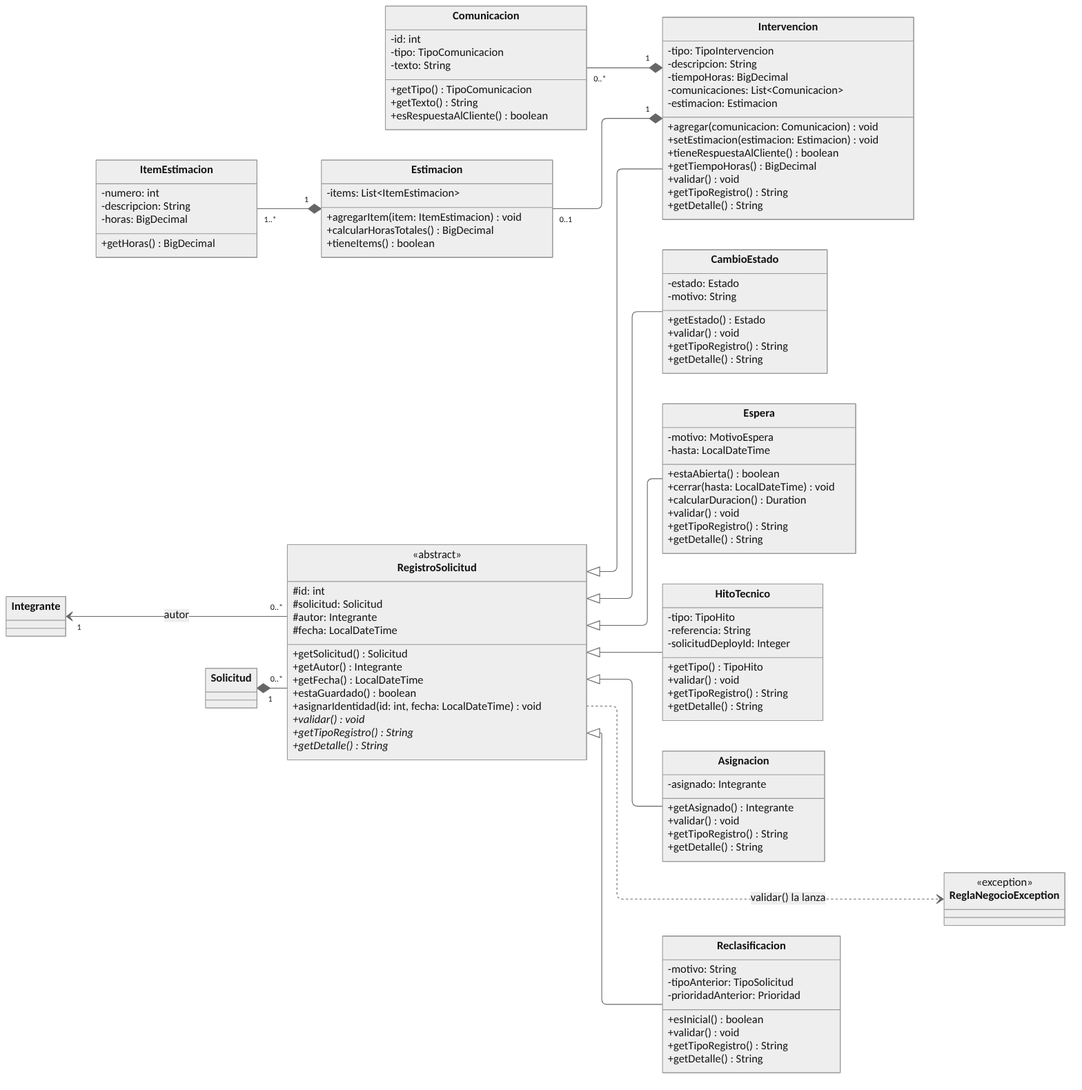
The Mermaid diagram diagramas/10-clases-diseno-2.png in jvillegas88/sistema-gestion-soporte, before a commit. Its source is kept beside it as diagramas/10-clases-diseno-2.mmd.
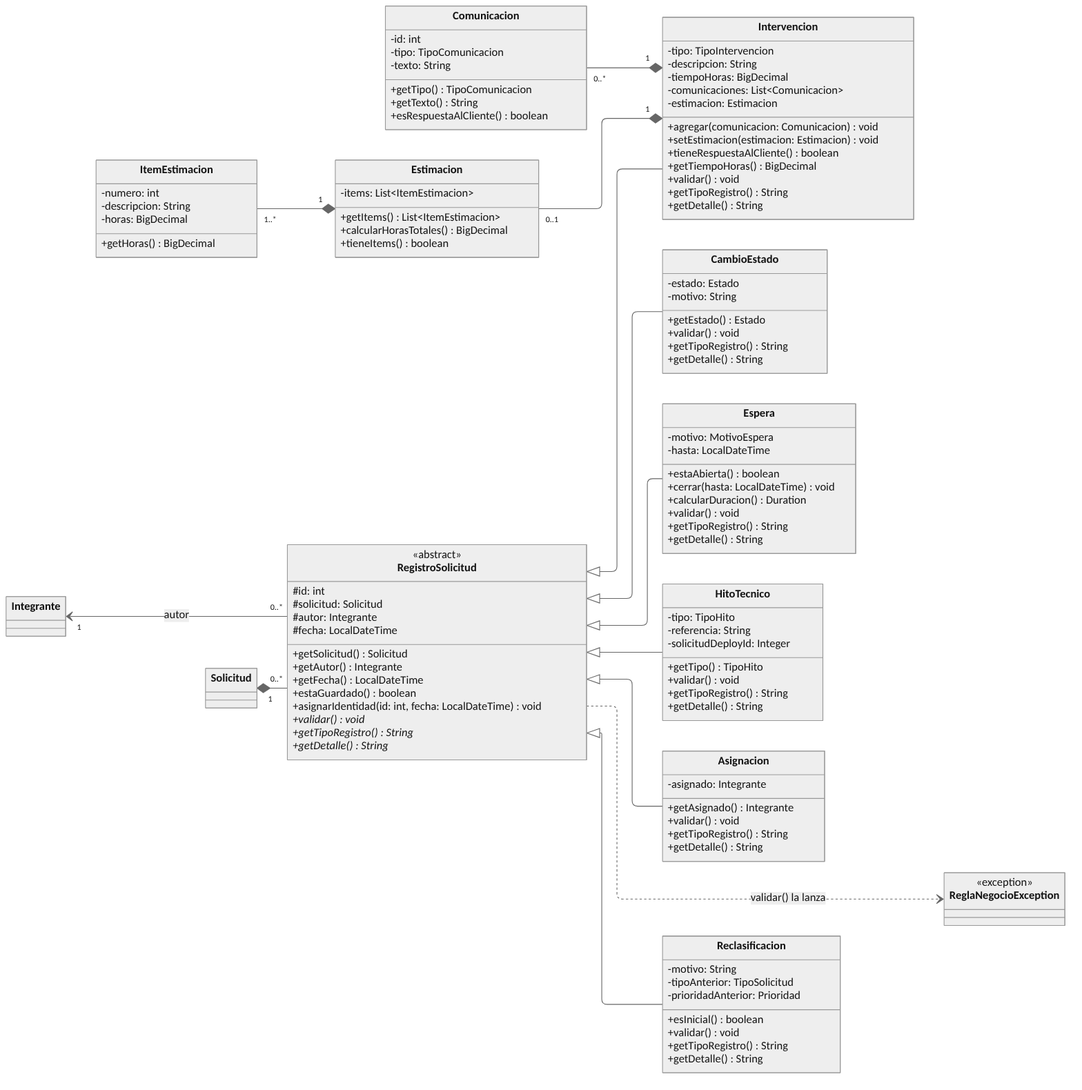
After the change.

What changed in the source:
```diff
@@ -94,7 +94,7 @@
     }
     class Estimacion {
         -items: List~ItemEstimacion~
-        +agregarItem(item: ItemEstimacion) void
+        +getItems() List~ItemEstimacion~
         +calcularHorasTotales() BigDecimal
         +tieneItems() boolean
     }
```
